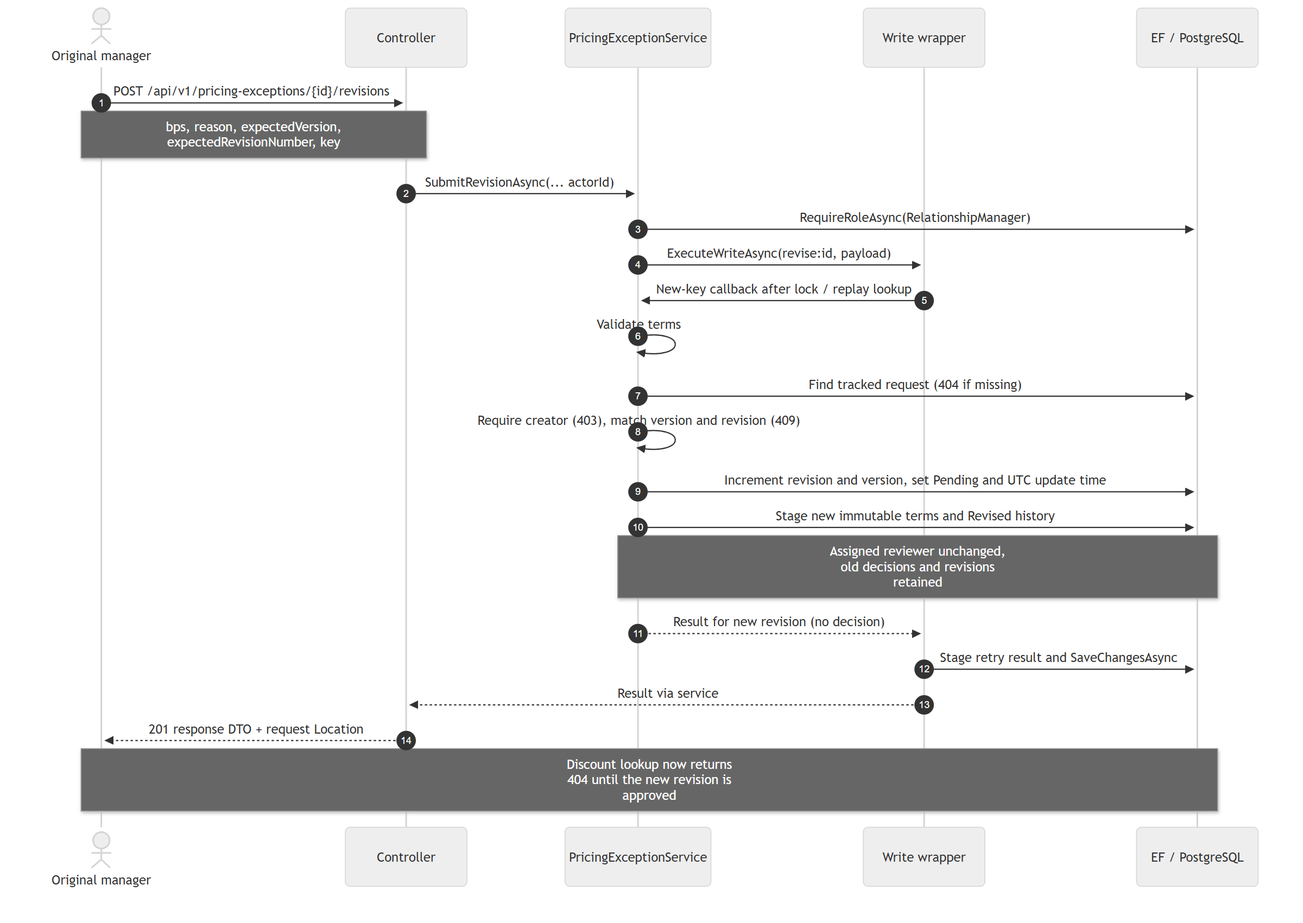
This is Backend/BlueHarvest.PricingExceptions/docs/CurrentImplementation/diagrams/05-submit-revision.png from FerdinandGang4/Mortgage-pricing-exception-requests-Application, a Mermaid export, as it was before one commit. Its source is kept beside it as Backend/BlueHarvest.PricingExceptions/docs/CurrentImplementation/diagrams/05-submit-revision.mmd. The source it was exported from:
```mermaid
sequenceDiagram
    autonumber
    actor M as Original manager
    participant C as Controller
    participant S as PricingExceptionService
    participant W as Write wrapper
    participant D as EF / PostgreSQL
    M->>C: POST /api/v1/pricing-exceptions/{id}/revisions
    Note over M,C: bps, reason, expectedVersion,<br/>expectedRevisionNumber, key
    C->>S: SubmitRevisionAsync(... actorId)
    S->>D: RequireRoleAsync(RelationshipManager)
    S->>W: ExecuteWriteAsync(revise:id, payload)
    W->>S: New-key callback after lock / replay lookup
    S->>S: Validate terms
    S->>D: Find tracked request (404 if missing)
    S->>S: Require creator (403), match version and revision (409)
    S->>D: Increment revision and version, set Pending and UTC update time
    S->>D: Stage new immutable terms and Revised history
    Note over S,D: Assigned reviewer unchanged,<br/>old decisions and revisions<br/>retained
    S-->>W: Result for new revision (no decision)
    W->>D: Stage retry result and SaveChangesAsync
    W-->>C: Result via service
    C-->>M: 201 response DTO + request Location
    Note over M,D: Discount lookup now returns<br/>404 until the new revision is<br/>approved
```
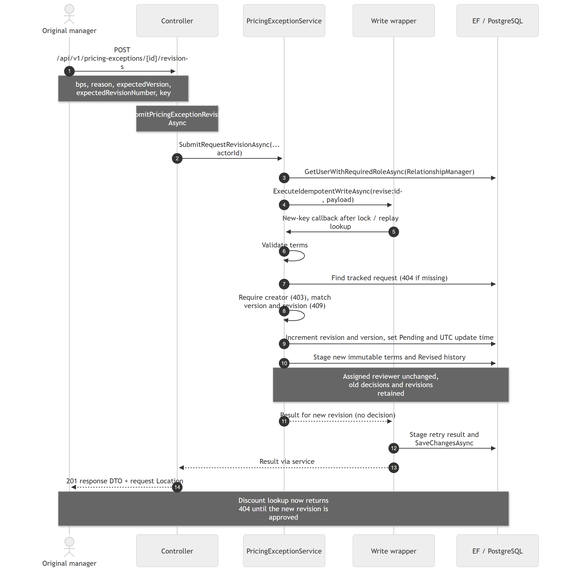
Later version of the same file.

Diff of the diagram source:
```diff
@@ -7,9 +7,10 @@
     participant D as EF / PostgreSQL
     M->>C: POST /api/v1/pricing-exceptions/{id}/revisions
     Note over M,C: bps, reason, expectedVersion,<br/>expectedRevisionNumber, key
-    C->>S: SubmitRevisionAsync(... actorId)
-    S->>D: RequireRoleAsync(RelationshipManager)
-    S->>W: ExecuteWriteAsync(revise:id, payload)
+    Note over C: SubmitPricingExceptionRevision<br/>Async
+    C->>S: SubmitRequestRevisionAsync(... actorId)
+    S->>D: GetUserWithRequiredRoleAsync(RelationshipManager)
+    S->>W: ExecuteIdempotentWriteAsync(revise:id, payload)
     W->>S: New-key callback after lock / replay lookup
     S->>S: Validate terms
     S->>D: Find tracked request (404 if missing)
```
